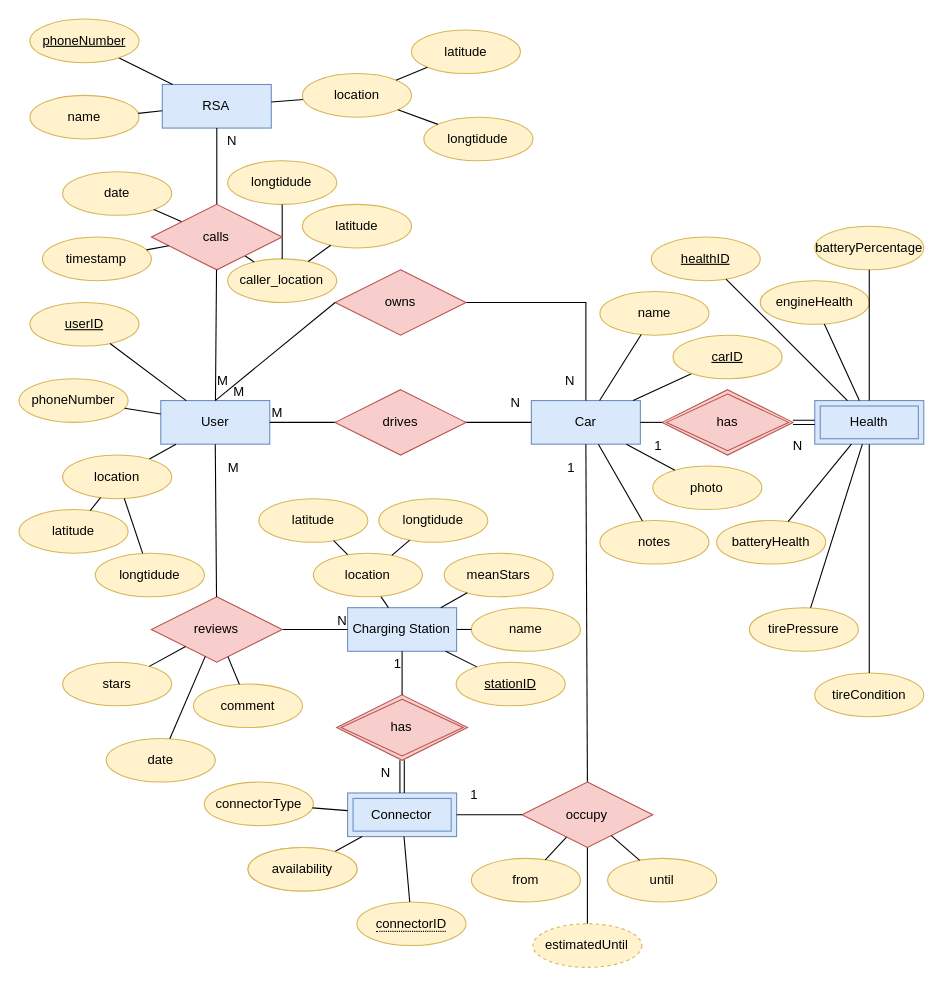
Above: EVPoint ERdiagram.drawio in johnkouk469/DatabasesCourse2021 (draw.io), before the change. Source tidied: cells renumbered, new cells numbered last; positions are measured from the earlier drawing's top-left corner, leaving out a move shared by most shapes. Both pictures are drawn from the tidied source at 109%, with x=0, y=0 at pixel (19, 19).
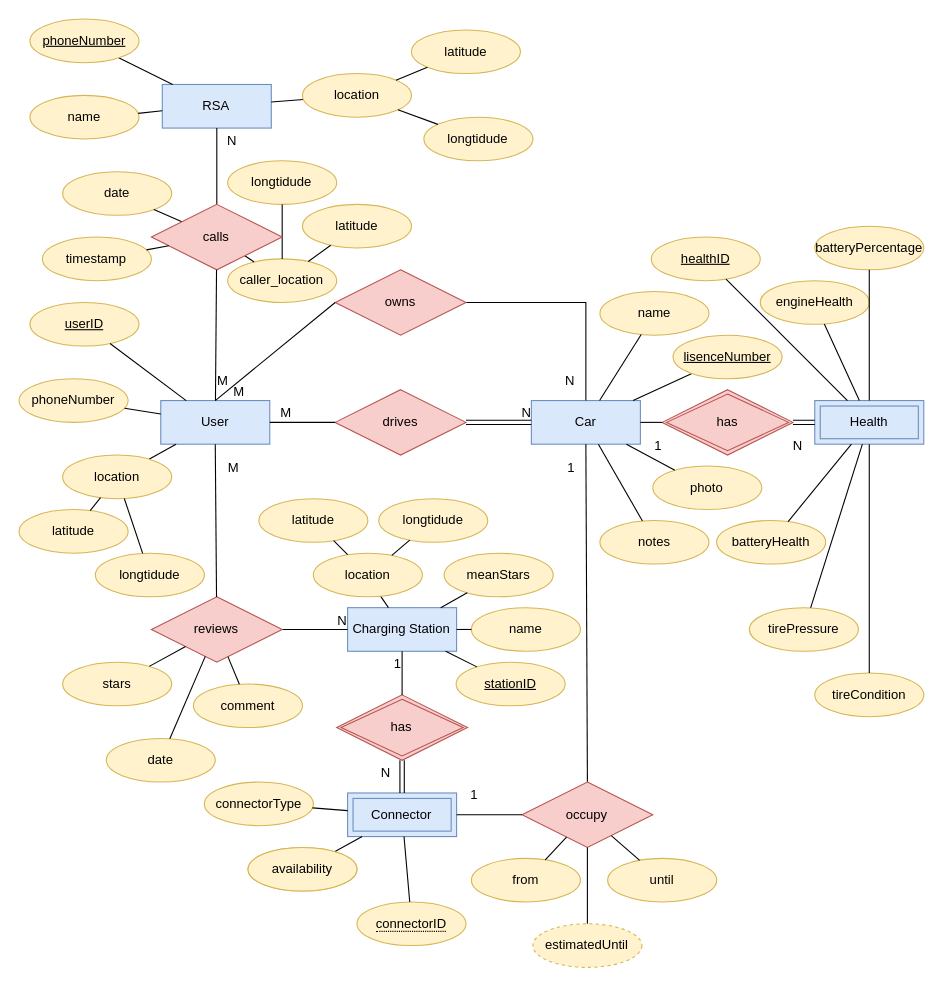
The same page after the edit.

The change refers to these unchanged cells:
```xml
<mxCell id="2" value="User" style="whiteSpace=wrap;html=1;align=center;fillColor=#dae8fc;strokeColor=#6c8ebf;" parent="1" vertex="1">
  <mxGeometry x="130" y="350" width="100" height="40" as="geometry" />
</mxCell>
<mxCell id="4" value="Car" style="whiteSpace=wrap;html=1;align=center;fillColor=#dae8fc;strokeColor=#6c8ebf;" parent="1" vertex="1">
  <mxGeometry x="470" y="350" width="100" height="40" as="geometry" />
</mxCell>
<mxCell id="8" value="drives" style="shape=rhombus;perimeter=rhombusPerimeter;whiteSpace=wrap;html=1;align=center;fillColor=#f8cecc;strokeColor=#b85450;" parent="1" vertex="1">
  <mxGeometry x="290" y="340" width="120" height="60" as="geometry" />
</mxCell>
```

What changed in the source:
```diff
@@
-    <mxCell id="5" style="endArrow=none;html=1;rounded=0;exitX=1;exitY=0.5;exitDx=0;exitDy=0;entryX=0;entryY=0.5;entryDx=0;entryDy=0;" parent="1" edge="1" source="2" target="4">
-      <mxGeometry relative="1" as="geometry" />
-    </mxCell>
-    <mxCell id="6" value="M" style="html=1;align=left;verticalAlign=bottom;" parent="5" vertex="1">
-      <mxGeometry x="-1" relative="1" as="geometry" />
-    </mxCell>
-    <mxCell id="7" value="N" style="html=1;align=right;verticalAlign=bottom;" parent="5" vertex="1">
-      <mxGeometry x="1" relative="1" as="geometry">
-        <mxPoint x="-10" y="-10" as="offset" />
-      </mxGeometry>
-    </mxCell>
@@
-    <mxCell id="95" value="carID" style="ellipse;whiteSpace=wrap;html=1;align=center;fontStyle=4;fillColor=#fff2cc;strokeColor=#d6b656;" parent="1" vertex="1">
+    <mxCell id="95" value="lisenceNumber" style="ellipse;whiteSpace=wrap;html=1;align=center;fontStyle=4;fillColor=#fff2cc;strokeColor=#d6b656;" parent="1" vertex="1">
       <mxGeometry x="600" y="290" width="100" height="40" as="geometry" />
     </mxCell>
@@
+    <mxCell id="123" style="shape=link;html=1;rounded=0;" parent="1" edge="1" source="8" target="4">
+      <mxGeometry relative="1" as="geometry" />
+    </mxCell>
+    <mxCell id="7" value="N" style="html=1;align=right;verticalAlign=bottom;" parent="123" vertex="1">
+      <mxGeometry x="1" relative="1" as="geometry" />
+    </mxCell>
+    <mxCell id="124" style="endArrow=none;html=1;rounded=0;" parent="1" edge="1" source="8" target="2">
+      <mxGeometry relative="1" as="geometry" />
+    </mxCell>
+    <mxCell id="125" value="Μ" style="html=1;align=right;verticalAlign=bottom;" parent="124" vertex="1">
+      <mxGeometry x="1" relative="1" as="geometry">
+        <mxPoint x="20" as="offset" />
+      </mxGeometry>
+    </mxCell>
```
